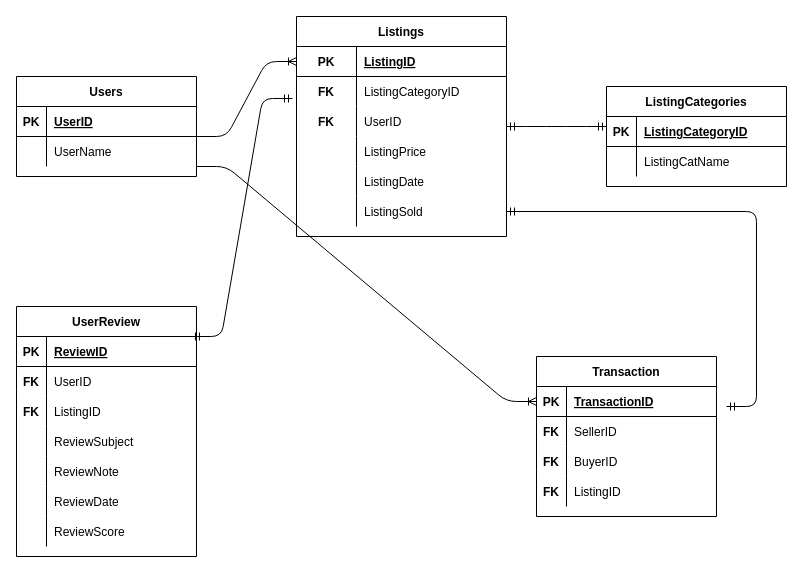
sflaherty50/Spring-Boot-Final keeps this draw.io diagram as Untitled Diagram.drawio. Above is the earlier version. Source tidied: cells renumbered, new cells numbered last; positions are measured from the earlier drawing's top-left corner, leaving out a move shared by most shapes. Both pictures are drawn from the tidied source at 100%, with x=0, y=0 at pixel (16, 16).
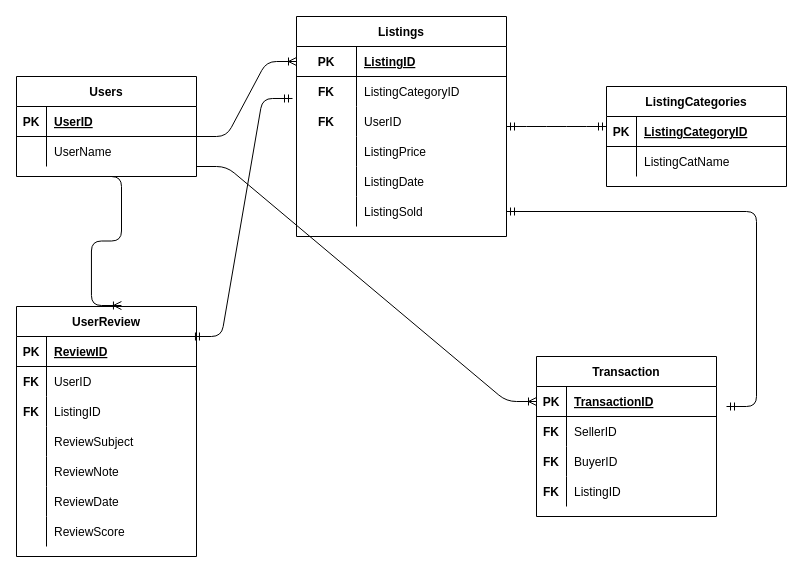
The same diagram, later.

Unchanged cells that the change refers to:
```xml
<mxCell id="35" value="UserReview" style="shape=table;startSize=30;childLayout=tableLayout;rowLines=0;fontStyle=1;align=center;" parent="1" vertex="1">
  <mxGeometry y="290" width="180" height="250" as="geometry" />
</mxCell>
```

Change to the diagram source:
```diff
@@
+    <mxCell id="75" style="edgeStyle=entityRelationEdgeStyle;fontSize=12;html=1;endArrow=ERoneToMany;entryX=0.583;entryY=-0.004;entryDx=0;entryDy=0;entryPerimeter=0;" parent="1" edge="1" target="35">
+      <mxGeometry relative="1" as="geometry">
+        <mxPoint x="75" y="160" as="sourcePoint" />
+      </mxGeometry>
+    </mxCell>
```
